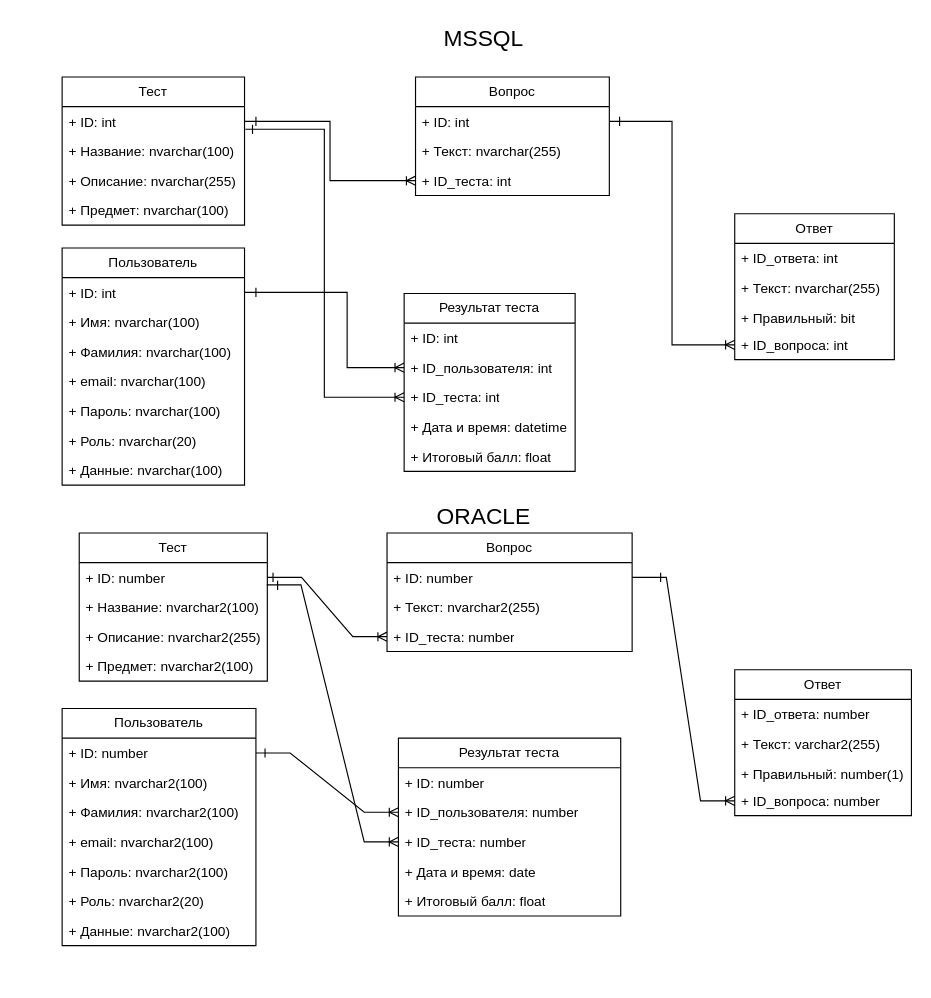
Above: 6sem/BD/Lab1/UML_physical.drawio in DimaXDD/Course3 (draw.io), before the change. Source tidied: cells renumbered, new cells numbered last; positions are measured from the earlier drawing's top-left corner, leaving out a move shared by most shapes. Both pictures are drawn from the tidied source at 114%, with x=0, y=0 at pixel (62, 19).
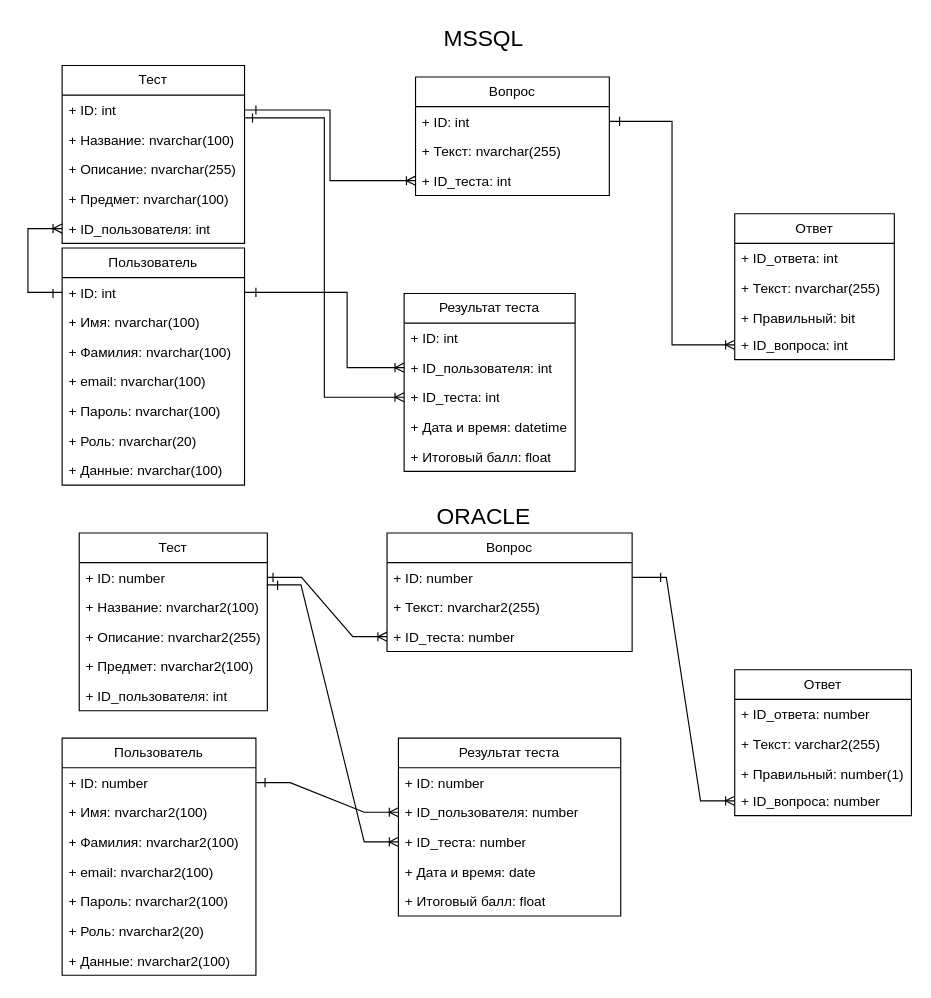
After the change.

Unchanged cells that the change refers to:
```xml
<mxCell id="17" value="+ ID: int" style="text;strokeColor=none;fillColor=none;align=left;verticalAlign=top;spacingLeft=4;spacingRight=4;overflow=hidden;points=[[0,0.5],[1,0.5]];portConstraint=eastwest;whiteSpace=wrap;html=1;" parent="16" vertex="1">
  <mxGeometry y="26" width="160" height="26" as="geometry" />
</mxCell>
```

Diff of the diagram source:
```diff
@@
     <mxCell id="2" value="Тест" style="swimlane;fontStyle=0;horizontal=1;startSize=26;fillColor=none;whiteSpace=wrap;html=1;" parent="1" vertex="1">
-      <mxGeometry y="50" width="160" height="130" as="geometry" />
+      <mxGeometry y="40" width="160" height="156" as="geometry" />
     </mxCell>
@@
+    <mxCell id="76" value="+ ID_пользователя: int" style="text;strokeColor=none;fillColor=none;align=left;verticalAlign=top;spacingLeft=4;spacingRight=4;overflow=hidden;points=[[0,0.5],[1,0.5]];portConstraint=eastwest;whiteSpace=wrap;html=1;" parent="2" vertex="1">
+      <mxGeometry y="130" width="160" height="26" as="geometry" />
+    </mxCell>
@@
     <mxCell id="36" value="Тест" style="swimlane;fontStyle=0;horizontal=1;startSize=26;fillColor=none;whiteSpace=wrap;html=1;" parent="1" vertex="1">
-      <mxGeometry x="15" y="450" width="165" height="130" as="geometry" />
+      <mxGeometry x="15" y="450" width="165" height="156" as="geometry" />
     </mxCell>
@@
+    <mxCell id="77" value="+ Предмет: nvarchar2(100)" style="text;strokeColor=none;fillColor=none;align=left;verticalAlign=top;spacingLeft=4;spacingRight=4;overflow=hidden;whiteSpace=wrap;html=1;" parent="36" vertex="1">
+      <mxGeometry y="104" width="165" height="26" as="geometry" />
+    </mxCell>
-    <mxCell id="40" value="+ Предмет: nvarchar2(100)" style="text;strokeColor=none;fillColor=none;align=left;verticalAlign=top;spacingLeft=4;spacingRight=4;overflow=hidden;whiteSpace=wrap;html=1;" parent="36" vertex="1">
-      <mxGeometry y="104" width="165" height="26" as="geometry" />
+    <mxCell id="40" value="+ ID_пользователя: int" style="text;strokeColor=none;fillColor=none;align=left;verticalAlign=top;spacingLeft=4;spacingRight=4;overflow=hidden;whiteSpace=wrap;html=1;" parent="36" vertex="1">
+      <mxGeometry y="130" width="165" height="26" as="geometry" />
     </mxCell>
@@
     <mxCell id="50" value="Пользователь" style="swimlane;fontStyle=0;horizontal=1;startSize=26;fillColor=none;whiteSpace=wrap;html=1;" parent="1" vertex="1">
-      <mxGeometry y="604" width="170" height="208" as="geometry" />
+      <mxGeometry y="630" width="170" height="208" as="geometry" />
     </mxCell>
@@
     <mxCell id="69" style="endArrow=none;html=1;rounded=0;" parent="1" edge="1">
       <mxGeometry relative="1" as="geometry">
-        <mxPoint x="167" y="92" as="sourcePoint" />
-        <mxPoint x="167" y="100" as="targetPoint" />
+        <mxPoint x="167" y="82" as="sourcePoint" />
+        <mxPoint x="167" y="90" as="targetPoint" />
       </mxGeometry>
     </mxCell>
     <mxCell id="70" style="endArrow=none;html=1;rounded=0;" parent="1" edge="1">
       <mxGeometry relative="1" as="geometry">
-        <mxPoint x="170" y="85" as="sourcePoint" />
-        <mxPoint x="170" y="93" as="targetPoint" />
+        <mxPoint x="170" y="75" as="sourcePoint" />
+        <mxPoint x="170" y="83" as="targetPoint" />
       </mxGeometry>
     </mxCell>
@@
     <mxCell id="74" style="endArrow=none;html=1;rounded=0;" parent="1" edge="1">
       <mxGeometry relative="1" as="geometry">
-        <mxPoint x="178" y="639" as="sourcePoint" />
-        <mxPoint x="178" y="647" as="targetPoint" />
+        <mxPoint x="178" y="665" as="sourcePoint" />
+        <mxPoint x="178" y="673" as="targetPoint" />
       </mxGeometry>
     </mxCell>
@@
+    <mxCell id="78" style="fontSize=12;html=1;endArrow=ERoneToMany;rounded=0;entryX=0;entryY=0.5;entryDx=0;entryDy=0;edgeStyle=orthogonalEdgeStyle;exitX=0;exitY=0.5;exitDx=0;exitDy=0;" parent="1" edge="1" source="17" target="76">
+      <mxGeometry relative="1" as="geometry">
+        <Array as="points">
+          <mxPoint x="-30" y="239" />
+          <mxPoint x="-30" y="183" />
+        </Array>
+      </mxGeometry>
+    </mxCell>
+    <mxCell id="79" style="endArrow=none;html=1;rounded=0;" parent="1" edge="1">
+      <mxGeometry relative="1" as="geometry">
+        <mxPoint x="-8" y="236" as="sourcePoint" />
+        <mxPoint x="-8" y="244" as="targetPoint" />
+      </mxGeometry>
+    </mxCell>
```
